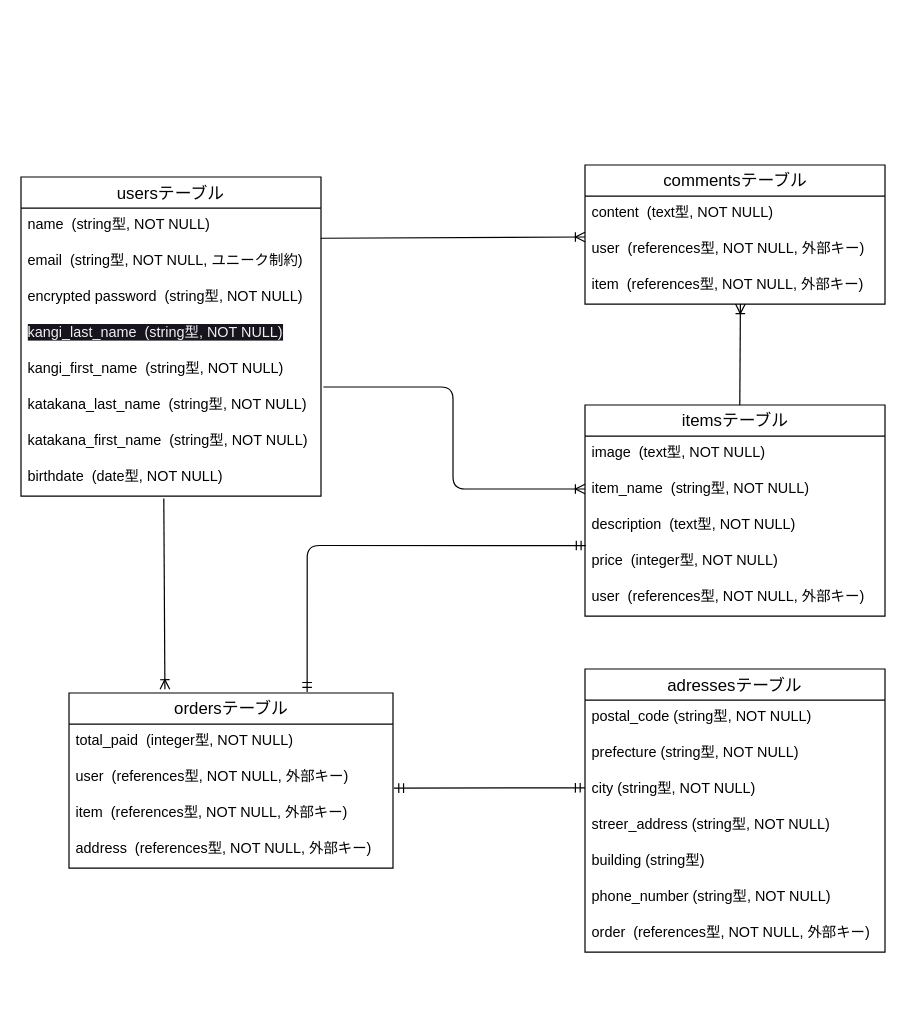
hiro501/furima-40384 keeps this draw.io diagram as ER_furima-40384.dio. Above is the earlier version. Source tidied: cells renumbered, new cells numbered last; positions are measured from the earlier drawing's top-left corner, leaving out a move shared by most shapes. Both pictures are drawn from the tidied source at 120%, with x=0, y=0 at pixel (20, 164).
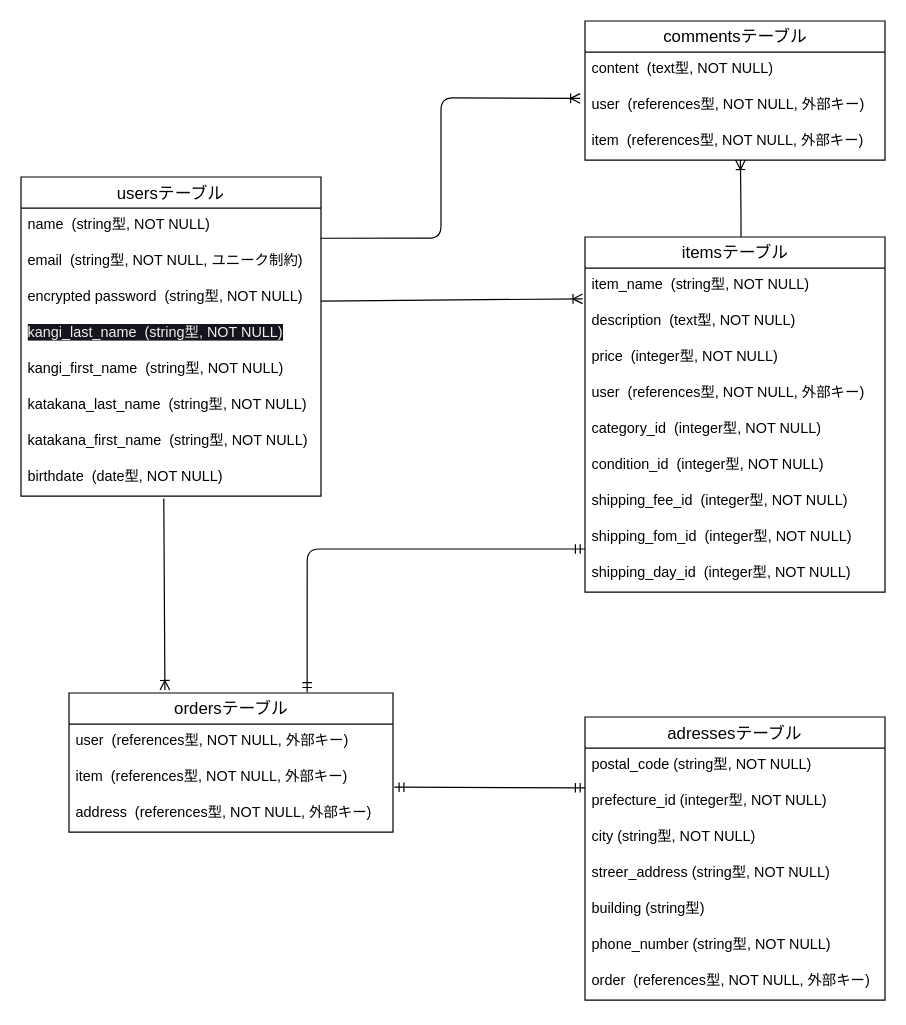
The same page after the edit.

The change refers to these unchanged cells:
```xml
<mxCell id="3" value="name&amp;nbsp; (string型, NOT NULL)" style="text;strokeColor=none;fillColor=none;spacingLeft=4;spacingRight=4;overflow=hidden;points=[[0,0.5],[1,0.5]];portConstraint=eastwest;fontSize=12;labelBackgroundColor=default;html=1;whiteSpace=wrap;" parent="2" vertex="1">
  <mxGeometry y="26" width="250" height="30" as="geometry" />
</mxCell>
<mxCell id="5" value="encrypted password  (string型, NOT NULL)" style="text;strokeColor=none;fillColor=none;spacingLeft=4;spacingRight=4;overflow=hidden;points=[[0,0.5],[1,0.5]];portConstraint=eastwest;fontSize=12;" parent="2" vertex="1">
  <mxGeometry y="86" width="250" height="30" as="geometry" />
</mxCell>
<mxCell id="8" value="katakana_last_name&amp;nbsp; (string型, NOT NULL)" style="text;strokeColor=none;fillColor=none;spacingLeft=4;spacingRight=4;overflow=hidden;points=[[0,0.5],[1,0.5]];portConstraint=eastwest;fontSize=12;labelBackgroundColor=default;html=1;" parent="2" vertex="1">
  <mxGeometry y="176" width="250" height="30" as="geometry" />
</mxCell>
<mxCell id="19" value="user&amp;nbsp; (references型, NOT NULL, 外部キー)" style="text;strokeColor=none;fillColor=none;spacingLeft=4;spacingRight=4;overflow=hidden;points=[[0,0.5],[1,0.5]];portConstraint=eastwest;fontSize=12;labelBackgroundColor=default;html=1;" parent="17" vertex="1">
  <mxGeometry y="56" width="250" height="30" as="geometry" />
</mxCell>
<mxCell id="20" value="item&amp;nbsp; (references型, NOT NULL, 外部キー)" style="text;strokeColor=none;fillColor=none;spacingLeft=4;spacingRight=4;overflow=hidden;points=[[0,0.5],[1,0.5]];portConstraint=eastwest;fontSize=12;labelBackgroundColor=default;html=1;" parent="17" vertex="1">
  <mxGeometry y="86" width="250" height="30" as="geometry" />
</mxCell>
```

Diff of the diagram source:
```diff
@@
     <mxCell id="11" value="itemsテーブル" style="swimlane;fontStyle=0;horizontal=1;startSize=26;align=center;fontSize=14;labelBackgroundColor=default;html=1;" parent="1" vertex="1">
-      <mxGeometry x="470" y="200" width="250" height="176" as="geometry" />
+      <mxGeometry x="470" y="60" width="250" height="296" as="geometry" />
     </mxCell>
-    <mxCell id="12" value="image  (text型, NOT NULL)" style="text;strokeColor=none;fillColor=none;spacingLeft=4;spacingRight=4;overflow=hidden;fontSize=12;" parent="11" vertex="1">
-      <mxGeometry y="26" width="250" height="30" as="geometry" />
-    </mxCell>
     <mxCell id="13" value="item_name&amp;nbsp; (string型, NOT NULL)" style="text;strokeColor=none;fillColor=none;spacingLeft=4;spacingRight=4;overflow=hidden;points=[[0,0.5],[1,0.5]];portConstraint=eastwest;fontSize=12;labelBackgroundColor=default;html=1;" parent="11" vertex="1">
-      <mxGeometry y="56" width="250" height="30" as="geometry" />
+      <mxGeometry y="26" width="250" height="30" as="geometry" />
     </mxCell>
     <mxCell id="14" value="description&amp;nbsp; (text型, NOT NULL)" style="text;strokeColor=none;fillColor=none;spacingLeft=4;spacingRight=4;overflow=hidden;points=[[0,0.5],[1,0.5]];portConstraint=eastwest;fontSize=12;labelBackgroundColor=default;html=1;" parent="11" vertex="1">
-      <mxGeometry y="86" width="250" height="30" as="geometry" />
+      <mxGeometry y="56" width="250" height="30" as="geometry" />
     </mxCell>
     <mxCell id="15" value="price&amp;nbsp; (integer型, NOT NULL)" style="text;strokeColor=none;fillColor=none;spacingLeft=4;spacingRight=4;overflow=hidden;fontSize=12;labelBackgroundColor=default;html=1;" parent="11" vertex="1">
-      <mxGeometry y="116" width="250" height="30" as="geometry" />
+      <mxGeometry y="86" width="250" height="30" as="geometry" />
     </mxCell>
     <mxCell id="16" value="user&amp;nbsp; (references型, NOT NULL, 外部キー)" style="text;strokeColor=none;fillColor=none;spacingLeft=4;spacingRight=4;overflow=hidden;fontSize=12;labelBackgroundColor=default;html=1;" parent="11" vertex="1">
-      <mxGeometry y="146" width="250" height="30" as="geometry" />
+      <mxGeometry y="116" width="250" height="30" as="geometry" />
     </mxCell>
+    <mxCell id="40" value="category_id&amp;nbsp; (integer型, NOT NULL)" style="text;strokeColor=none;fillColor=none;spacingLeft=4;spacingRight=4;overflow=hidden;fontSize=12;html=1;" parent="11" vertex="1">
+      <mxGeometry y="146" width="250" height="30" as="geometry" />
+    </mxCell>
+    <mxCell id="41" value="condition_id&amp;nbsp; (integer型, NOT NULL)" style="text;strokeColor=none;fillColor=none;spacingLeft=4;spacingRight=4;overflow=hidden;fontSize=12;html=1;" parent="11" vertex="1">
+      <mxGeometry y="176" width="250" height="30" as="geometry" />
+    </mxCell>
+    <mxCell id="42" value="shipping_fee_id&amp;nbsp; (integer型, NOT NULL)" style="text;strokeColor=none;fillColor=none;spacingLeft=4;spacingRight=4;overflow=hidden;fontSize=12;html=1;" parent="11" vertex="1">
+      <mxGeometry y="206" width="250" height="30" as="geometry" />
+    </mxCell>
+    <mxCell id="43" value="shipping_fom_id&amp;nbsp; (integer型, NOT NULL)" style="text;strokeColor=none;fillColor=none;spacingLeft=4;spacingRight=4;overflow=hidden;fontSize=12;html=1;" parent="11" vertex="1">
+      <mxGeometry y="236" width="250" height="30" as="geometry" />
+    </mxCell>
+    <mxCell id="44" value="shipping_day_id&amp;nbsp; (integer型, NOT NULL)" style="text;strokeColor=none;fillColor=none;spacingLeft=4;spacingRight=4;overflow=hidden;fontSize=12;html=1;" parent="11" vertex="1">
+      <mxGeometry y="266" width="250" height="30" as="geometry" />
+    </mxCell>
     <mxCell id="17" value="commentsテーブル" style="swimlane;fontStyle=0;horizontal=1;startSize=26;align=center;fontSize=14;labelBackgroundColor=default;html=1;" parent="1" vertex="1">
-      <mxGeometry x="470" width="250" height="116" as="geometry" />
+      <mxGeometry x="470" y="-120" width="250" height="116" as="geometry" />
     </mxCell>
@@
     <mxCell id="21" value="ordersテーブル" style="swimlane;fontStyle=0;horizontal=1;startSize=26;align=center;fontSize=14;labelBackgroundColor=default;html=1;" parent="1" vertex="1">
-      <mxGeometry x="40" y="440" width="270" height="146" as="geometry" />
+      <mxGeometry x="40" y="440" width="270" height="116" as="geometry" />
     </mxCell>
-    <mxCell id="22" value="total_paid&amp;nbsp; (integer型, NOT NULL)" style="text;strokeColor=none;fillColor=none;spacingLeft=4;spacingRight=4;overflow=hidden;fontSize=12;labelBackgroundColor=default;html=1;" parent="21" vertex="1">
-      <mxGeometry y="26" width="270" height="30" as="geometry" />
-    </mxCell>
     <mxCell id="23" value="user&amp;nbsp; (references型, NOT NULL, 外部キー)" style="text;strokeColor=none;fillColor=none;spacingLeft=4;spacingRight=4;overflow=hidden;points=[[0,0.5],[1,0.5]];portConstraint=eastwest;fontSize=12;labelBackgroundColor=default;html=1;" parent="21" vertex="1">
-      <mxGeometry y="56" width="270" height="30" as="geometry" />
+      <mxGeometry y="26" width="270" height="30" as="geometry" />
     </mxCell>
     <mxCell id="24" value="item&amp;nbsp; (references型, NOT NULL, 外部キー)" style="text;strokeColor=none;fillColor=none;spacingLeft=4;spacingRight=4;overflow=hidden;points=[[0,0.5],[1,0.5]];portConstraint=eastwest;fontSize=12;labelBackgroundColor=default;html=1;" parent="21" vertex="1">
-      <mxGeometry y="86" width="270" height="30" as="geometry" />
+      <mxGeometry y="56" width="270" height="30" as="geometry" />
     </mxCell>
     <mxCell id="25" value="address  (references型, NOT NULL, 外部キー)" style="text;strokeColor=none;fillColor=none;spacingLeft=4;spacingRight=4;overflow=hidden;fontSize=12;" parent="21" vertex="1">
-      <mxGeometry y="116" width="270" height="30" as="geometry" />
+      <mxGeometry y="86" width="270" height="30" as="geometry" />
     </mxCell>
     <mxCell id="26" value="adressesテーブル" style="swimlane;fontStyle=0;horizontal=1;startSize=26;align=center;fontSize=14;" parent="1" vertex="1">
-      <mxGeometry x="470" y="420" width="250" height="236" as="geometry" />
+      <mxGeometry x="470" y="460" width="250" height="236" as="geometry" />
     </mxCell>
@@
-    <mxCell id="28" value="prefecture (string型, NOT NULL)" style="text;strokeColor=none;fillColor=none;spacingLeft=4;spacingRight=4;overflow=hidden;fontSize=12;" parent="26" vertex="1">
+    <mxCell id="28" value="prefecture_id (integer型, NOT NULL)" style="text;strokeColor=none;fillColor=none;spacingLeft=4;spacingRight=4;overflow=hidden;fontSize=12;" parent="26" vertex="1">
       <mxGeometry y="56" width="250" height="30" as="geometry" />
     </mxCell>
@@
-    <mxCell id="34" style="fontSize=12;html=1;endArrow=ERoneToMany;exitX=0.999;exitY=0.835;exitDx=0;exitDy=0;exitPerimeter=0;" parent="1" edge="1" source="3">
+    <mxCell id="34" style="fontSize=12;html=1;endArrow=ERoneToMany;exitX=0.999;exitY=0.835;exitDx=0;exitDy=0;exitPerimeter=0;entryX=-0.016;entryY=0.283;entryDx=0;entryDy=0;entryPerimeter=0;" parent="1" edge="1" source="3" target="19">
       <mxGeometry relative="1" as="geometry">
-        <mxPoint x="470" y="60" as="targetPoint" />
+        <Array as="points">
+          <mxPoint x="350" y="61" />
+          <mxPoint x="350" y="-56" />
+        </Array>
       </mxGeometry>
     </mxCell>
     <mxCell id="35" style="fontSize=12;html=1;endArrow=ERoneToMany;entryX=0.518;entryY=0.994;entryDx=0;entryDy=0;entryPerimeter=0;" parent="1" edge="1" target="20">
       <mxGeometry relative="1" as="geometry">
-        <mxPoint x="599" y="200" as="sourcePoint" />
+        <mxPoint x="600" y="60" as="sourcePoint" />
+        <Array as="points">
+          <mxPoint x="600" y="40" />
+        </Array>
       </mxGeometry>
     </mxCell>
-    <mxCell id="36" style="fontSize=12;html=1;endArrow=ERoneToMany;edgeStyle=orthogonalEdgeStyle;exitX=1.008;exitY=-0.033;exitDx=0;exitDy=0;exitPerimeter=0;entryX=0;entryY=0.467;entryDx=0;entryDy=0;entryPerimeter=0;" parent="1" edge="1" source="8" target="13">
+    <mxCell id="36" style="fontSize=12;html=1;endArrow=ERoneToMany;exitX=1;exitY=0.583;exitDx=0;exitDy=0;exitPerimeter=0;entryX=-0.008;entryY=0.85;entryDx=0;entryDy=0;entryPerimeter=0;" parent="1" edge="1" source="5">
       <mxGeometry relative="1" as="geometry">
-        <Array as="points">
-          <mxPoint x="360" y="185" />
-          <mxPoint x="360" y="270" />
-        </Array>
+        <mxPoint x="468" y="111.5" as="targetPoint" />
       </mxGeometry>
     </mxCell>
-    <mxCell id="37" style="edgeStyle=orthogonalEdgeStyle;fontSize=12;html=1;endArrow=ERmandOne;startArrow=ERmandOne;entryX=0.003;entryY=1.038;entryDx=0;entryDy=0;entryPerimeter=0;exitX=0.735;exitY=-0.005;exitDx=0;exitDy=0;exitPerimeter=0;" parent="1" edge="1" source="21" target="14">
-      <mxGeometry relative="1" as="geometry" />
+    <mxCell id="37" style="edgeStyle=orthogonalEdgeStyle;fontSize=12;html=1;endArrow=ERmandOne;startArrow=ERmandOne;exitX=0.735;exitY=-0.005;exitDx=0;exitDy=0;exitPerimeter=0;" parent="1" edge="1" source="21">
+      <mxGeometry relative="1" as="geometry">
+        <mxPoint x="470" y="320" as="targetPoint" />
+        <Array as="points">
+          <mxPoint x="239" y="320" />
+          <mxPoint x="469" y="320" />
+        </Array>
+      </mxGeometry>
     </mxCell>
-    <mxCell id="38" style="fontSize=12;html=1;endArrow=ERmandOne;startArrow=ERmandOne;exitX=1.003;exitY=0.777;exitDx=0;exitDy=0;exitPerimeter=0;" parent="1" edge="1" source="23">
+    <mxCell id="38" style="fontSize=12;html=1;endArrow=ERmandOne;startArrow=ERmandOne;exitX=1.004;exitY=0.75;exitDx=0;exitDy=0;exitPerimeter=0;" parent="1" edge="1" source="24">
       <mxGeometry relative="1" as="geometry">
         <mxPoint x="470" y="519" as="targetPoint" />
       </mxGeometry>
     </mxCell>
```
